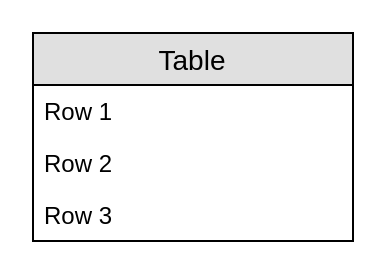
Above: Documents/Sys - Drawio/tabelle database.drawio in frekkanzer2/Eat-Reorder (draw.io), before the change. Source tidied: cells renumbered, new cells numbered last; positions are measured from the earlier drawing's top-left corner, leaving out a move shared by most shapes. Both pictures are drawn from the tidied source at 200%, with x=0, y=0 at pixel (32, 32).
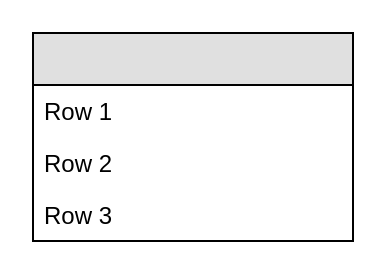
The same page after the edit.

What changed in the source:
```diff
@@
 <mxGraphModel>
   <root>
     <mxCell id="0" />
     <mxCell id="1" parent="0" />
-    <mxCell id="2" value="Table" style="swimlane;fontStyle=0;horizontal=1;startSize=26;fillColor=#e0e0e0;swimlaneFillColor=#ffffff;align=center;fontSize=14;" parent="1" vertex="1">
+    <mxCell id="2" style="swimlane;fontStyle=0;horizontal=1;startSize=26;fillColor=#e0e0e0;swimlaneFillColor=#ffffff;align=center;fontSize=14;" parent="1" vertex="1">
       <mxGeometry width="160" height="104" as="geometry" />
     </mxCell>
     <mxCell id="3" value="Row 1" style="text;strokeColor=none;fillColor=none;spacingLeft=4;spacingRight=4;overflow=hidden;fontSize=12;" parent="2" vertex="1">
       <mxGeometry y="26" width="160" height="26" as="geometry" />
     </mxCell>
     <mxCell id="4" value="Row 2" style="text;strokeColor=none;fillColor=none;spacingLeft=4;spacingRight=4;overflow=hidden;fontSize=12;" parent="2" vertex="1">
       <mxGeometry y="52" width="160" height="26" as="geometry" />
     </mxCell>
     <mxCell id="5" value="Row 3" style="text;strokeColor=none;fillColor=none;spacingLeft=4;spacingRight=4;overflow=hidden;fontSize=12;" parent="2" vertex="1">
       <mxGeometry y="78" width="160" height="26" as="geometry" />
     </mxCell>
   </root>
 </mxGraphModel>
```
